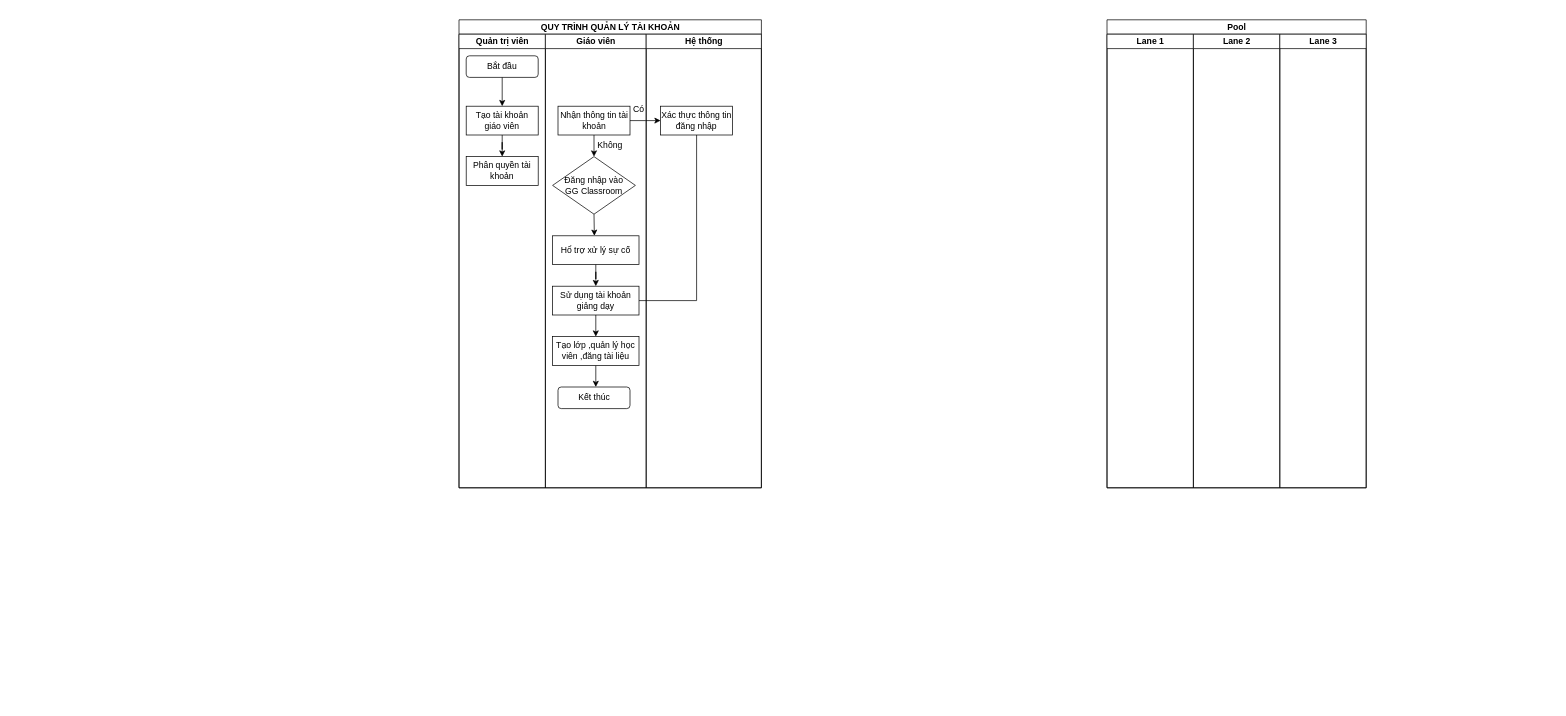
Hau4969/Hau4969 keeps this draw.io diagram as Quản lý tài khoản CFD.drawio. Above is the earlier version. Source tidied: cells renumbered, new cells numbered last; positions are measured from the earlier drawing's top-left corner, leaving out a move shared by most shapes. Both pictures are drawn from the tidied source at 72%, with x=0, y=0 at pixel (459, 19).
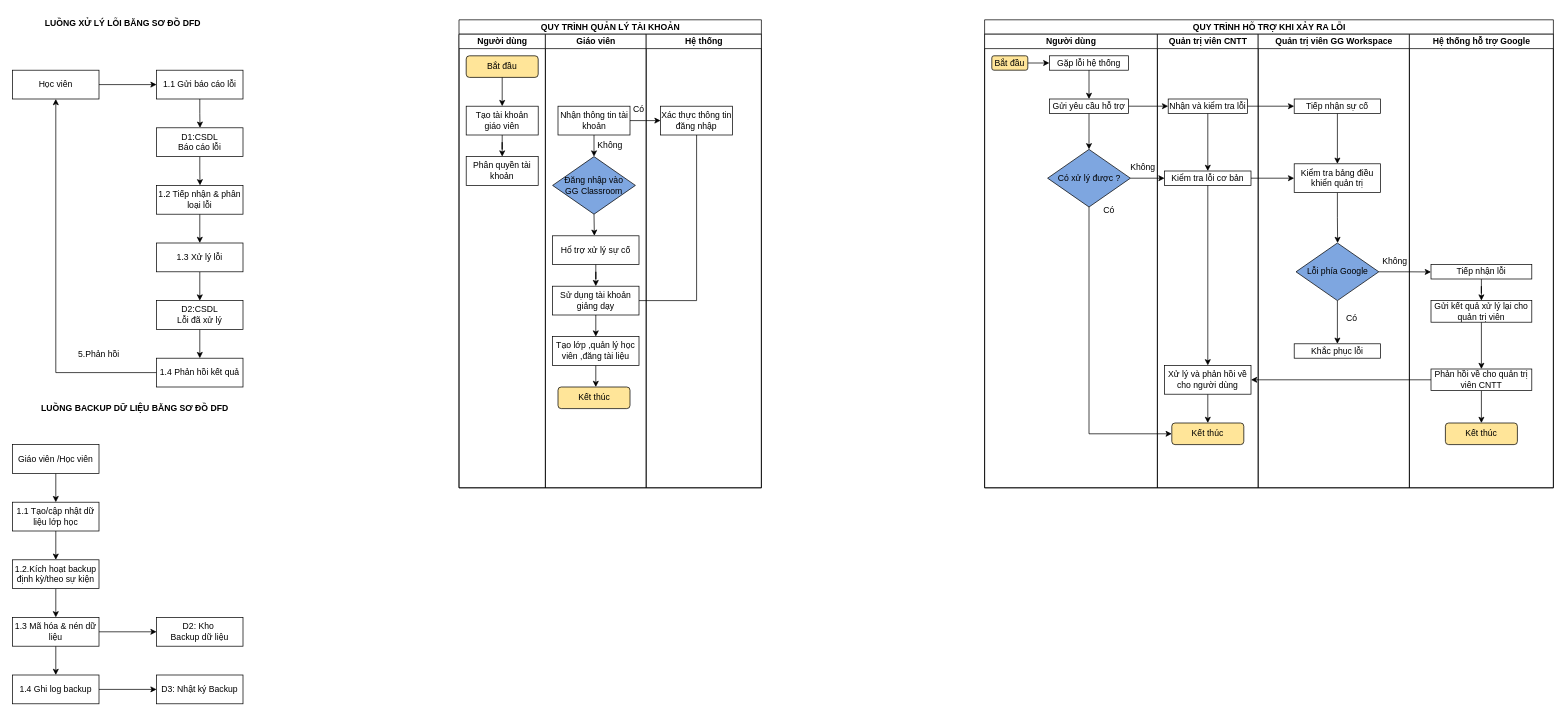
After the change.

Unchanged cells that the change refers to:
```xml
<mxCell id="2" value="QUY TRÌNH QUẢN LÝ TÀI KHOẢN" style="swimlane;startSize=20;html=1;" parent="1" vertex="1">
  <mxGeometry width="420" height="650" as="geometry" />
</mxCell>
<mxCell id="9" value="Giáo viên" style="swimlane;startSize=20;html=1;" parent="2" vertex="1">
  <mxGeometry x="120" y="20" width="140" height="630" as="geometry" />
</mxCell>
```

Diff of the diagram source:
```diff
@@
-    <mxCell id="3" value="Quản trị viên" style="swimlane;startSize=20;html=1;" parent="2" vertex="1">
+    <mxCell id="3" value="Người dùng" style="swimlane;startSize=20;html=1;" parent="2" vertex="1">
       <mxGeometry y="20" width="120" height="630" as="geometry" />
     </mxCell>
-    <mxCell id="4" value="Bắt đầu" style="rounded=1;whiteSpace=wrap;html=1;" parent="3" vertex="1">
+    <mxCell id="4" value="Bắt đầu" style="rounded=1;whiteSpace=wrap;html=1;fillColor=#FFE599;" parent="3" vertex="1">
       <mxGeometry x="10" y="30" width="100" height="30" as="geometry" />
     </mxCell>
@@
-    <mxCell id="14" value="Đăng nhập vào&lt;br&gt;GG Classroom" style="rhombus;whiteSpace=wrap;html=1;" parent="9" vertex="1">
+    <mxCell id="14" value="Đăng nhập vào&lt;br&gt;GG Classroom" style="rhombus;whiteSpace=wrap;html=1;fillColor=#7EA6E0;" parent="9" vertex="1">
       <mxGeometry x="10" y="170" width="115" height="80" as="geometry" />
     </mxCell>
@@
-    <mxCell id="23" value="Kết thúc" style="rounded=1;whiteSpace=wrap;html=1;" parent="9" vertex="1">
+    <mxCell id="23" value="Kết thúc" style="rounded=1;whiteSpace=wrap;html=1;fillColor=#FFE599;" parent="9" vertex="1">
       <mxGeometry x="17.5" y="490" width="100" height="30" as="geometry" />
     </mxCell>
@@
-    <mxCell id="27" value="Pool" style="swimlane;startSize=20;html=1;" parent="1" vertex="1">
-      <mxGeometry x="900" width="360" height="650" as="geometry" />
-    </mxCell>
-    <mxCell id="28" value="Lane 1" style="swimlane;startSize=20;html=1;" parent="27" vertex="1">
-      <mxGeometry y="20" width="120" height="630" as="geometry" />
-    </mxCell>
-    <mxCell id="29" value="Lane 2" style="swimlane;startSize=20;html=1;" parent="27" vertex="1">
-      <mxGeometry x="120" y="20" width="120" height="630" as="geometry" />
-    </mxCell>
-    <mxCell id="30" value="Lane 3" style="swimlane;startSize=20;html=1;" parent="27" vertex="1">
-      <mxGeometry x="240" y="20" width="120" height="630" as="geometry" />
-    </mxCell>
+    <mxCell id="31" value="QUY TRÌNH HỖ TRỢ KHI XẢY RA LỖI" style="swimlane;startSize=20;html=1;" parent="1" vertex="1">
+      <mxGeometry x="730" width="790" height="650" as="geometry" />
+    </mxCell>
+    <mxCell id="32" value="Người dùng" style="swimlane;startSize=20;html=1;" parent="31" vertex="1">
+      <mxGeometry y="20" width="240" height="630" as="geometry" />
+    </mxCell>
+    <mxCell id="33" style="edgeStyle=orthogonalEdgeStyle;rounded=0;jettySize=auto;html=1;exitX=1;exitY=0.5;exitDx=0;exitDy=0;" parent="32" edge="1" source="34">
+      <mxGeometry relative="1" as="geometry">
+        <mxPoint x="90" y="40" as="targetPoint" />
+      </mxGeometry>
+    </mxCell>
+    <mxCell id="34" value="Bắt đầu" style="rounded=1;whiteSpace=wrap;html=1;fillColor=#FFE599;" parent="32" vertex="1">
+      <mxGeometry x="10" y="30" width="50" height="20" as="geometry" />
+    </mxCell>
+    <mxCell id="35" value="Gặp lỗi hệ thống" style="rounded=0;whiteSpace=wrap;html=1;" parent="32" vertex="1">
+      <mxGeometry x="90" y="30" width="110" height="20" as="geometry" />
+    </mxCell>
+    <mxCell id="36" style="edgeStyle=orthogonalEdgeStyle;rounded=0;jettySize=auto;html=1;exitX=0.5;exitY=1;exitDx=0;exitDy=0;entryX=0.5;entryY=0;entryDx=0;entryDy=0;" parent="32" edge="1" source="37" target="39">
+      <mxGeometry relative="1" as="geometry" />
+    </mxCell>
+    <mxCell id="37" value="Gửi yêu cầu hỗ trợ" style="rounded=0;whiteSpace=wrap;html=1;" parent="32" vertex="1">
+      <mxGeometry x="90" y="90" width="110" height="20" as="geometry" />
+    </mxCell>
+    <mxCell id="38" style="edgeStyle=orthogonalEdgeStyle;rounded=0;jettySize=auto;html=1;exitX=0.5;exitY=1;exitDx=0;exitDy=0;" parent="32" edge="1" source="35" target="37">
+      <mxGeometry relative="1" as="geometry" />
+    </mxCell>
+    <mxCell id="39" value="Có xử lý được ?" style="rhombus;whiteSpace=wrap;html=1;fillColor=#7EA6E0;" parent="32" vertex="1">
+      <mxGeometry x="87.5" y="160" width="115" height="80" as="geometry" />
+    </mxCell>
+    <mxCell id="40" value="Không" style="text;html=1;align=center;verticalAlign=middle;whiteSpace=wrap;rounded=0;" parent="32" vertex="1">
+      <mxGeometry x="190" y="170" width="60" height="30" as="geometry" />
+    </mxCell>
+    <mxCell id="41" value="Có" style="text;html=1;align=center;verticalAlign=middle;whiteSpace=wrap;rounded=0;" parent="32" vertex="1">
+      <mxGeometry x="142.5" y="230" width="60" height="30" as="geometry" />
+    </mxCell>
+    <mxCell id="42" value="Quản trị viên CNTT" style="swimlane;startSize=20;html=1;" parent="31" vertex="1">
+      <mxGeometry x="240" y="20" width="140" height="630" as="geometry" />
+    </mxCell>
+    <mxCell id="43" style="edgeStyle=orthogonalEdgeStyle;rounded=0;jettySize=auto;html=1;exitX=0.5;exitY=1;exitDx=0;exitDy=0;" parent="42" edge="1" source="44" target="45">
+      <mxGeometry relative="1" as="geometry" />
+    </mxCell>
+    <mxCell id="44" value="Nhận và kiểm tra lỗi" style="rounded=0;whiteSpace=wrap;html=1;" parent="42" vertex="1">
+      <mxGeometry x="15" y="90" width="110" height="20" as="geometry" />
+    </mxCell>
+    <mxCell id="45" value="Kiểm tra lỗi cơ bản" style="rounded=0;whiteSpace=wrap;html=1;" parent="42" vertex="1">
+      <mxGeometry x="10" y="190" width="120" height="20" as="geometry" />
+    </mxCell>
+    <mxCell id="46" style="edgeStyle=orthogonalEdgeStyle;rounded=0;jettySize=auto;html=1;exitX=0.5;exitY=1;exitDx=0;exitDy=0;" parent="42" edge="1" source="47" target="49">
+      <mxGeometry relative="1" as="geometry" />
+    </mxCell>
+    <mxCell id="47" value="Xử lý và phản hồi về cho người dùng" style="rounded=0;whiteSpace=wrap;html=1;" parent="42" vertex="1">
+      <mxGeometry x="10" y="460" width="120" height="40" as="geometry" />
+    </mxCell>
+    <mxCell id="48" style="edgeStyle=orthogonalEdgeStyle;rounded=0;jettySize=auto;html=1;exitX=0.5;exitY=1;exitDx=0;exitDy=0;" parent="42" edge="1" source="45" target="47">
+      <mxGeometry relative="1" as="geometry" />
+    </mxCell>
+    <mxCell id="49" value="Kết thúc" style="rounded=1;whiteSpace=wrap;html=1;fillColor=#FFE599;" parent="42" vertex="1">
+      <mxGeometry x="20" y="540" width="100" height="30" as="geometry" />
+    </mxCell>
+    <mxCell id="50" value="Quản trị viên GG Workspace" style="swimlane;startSize=20;html=1;" parent="31" vertex="1">
+      <mxGeometry x="380" y="20" width="210" height="630" as="geometry" />
+    </mxCell>
+    <mxCell id="51" style="edgeStyle=orthogonalEdgeStyle;rounded=0;jettySize=auto;html=1;exitX=0.5;exitY=1;exitDx=0;exitDy=0;" parent="50" edge="1" source="52" target="54">
+      <mxGeometry relative="1" as="geometry" />
+    </mxCell>
+    <mxCell id="52" value="Tiếp nhận sự cố" style="rounded=0;whiteSpace=wrap;html=1;" parent="50" vertex="1">
+      <mxGeometry x="50" y="90" width="120" height="20" as="geometry" />
+    </mxCell>
+    <mxCell id="53" style="edgeStyle=orthogonalEdgeStyle;rounded=0;jettySize=auto;html=1;exitX=0.5;exitY=1;exitDx=0;exitDy=0;" parent="50" edge="1" source="54">
+      <mxGeometry relative="1" as="geometry">
+        <mxPoint x="110.3" y="290" as="targetPoint" />
+      </mxGeometry>
+    </mxCell>
+    <mxCell id="54" value="Kiểm tra bảng điều khiển quản trị" style="rounded=0;whiteSpace=wrap;html=1;" parent="50" vertex="1">
+      <mxGeometry x="50" y="180" width="120" height="40" as="geometry" />
+    </mxCell>
+    <mxCell id="55" style="edgeStyle=orthogonalEdgeStyle;rounded=0;jettySize=auto;html=1;exitX=0.5;exitY=1;exitDx=0;exitDy=0;" parent="50" edge="1" source="57" target="58">
+      <mxGeometry relative="1" as="geometry" />
+    </mxCell>
+    <mxCell id="56" style="edgeStyle=orthogonalEdgeStyle;rounded=0;jettySize=auto;html=1;exitX=1;exitY=0.5;exitDx=0;exitDy=0;" parent="50" edge="1" source="57">
+      <mxGeometry relative="1" as="geometry">
+        <mxPoint x="240" y="330.2" as="targetPoint" />
+      </mxGeometry>
+    </mxCell>
+    <mxCell id="57" value="Lỗi phía Google" style="rhombus;whiteSpace=wrap;html=1;fillColor=#7EA6E0;" parent="50" vertex="1">
+      <mxGeometry x="52.5" y="290" width="115" height="80" as="geometry" />
+    </mxCell>
+    <mxCell id="58" value="Khắc phục lỗi" style="rounded=0;whiteSpace=wrap;html=1;" parent="50" vertex="1">
+      <mxGeometry x="50" y="430" width="120" height="20" as="geometry" />
+    </mxCell>
+    <mxCell id="59" value="Không" style="text;html=1;align=center;verticalAlign=middle;whiteSpace=wrap;rounded=0;" parent="50" vertex="1">
+      <mxGeometry x="160" y="300" width="60" height="30" as="geometry" />
+    </mxCell>
+    <mxCell id="60" value="Có" style="text;html=1;align=center;verticalAlign=middle;whiteSpace=wrap;rounded=0;" parent="50" vertex="1">
+      <mxGeometry x="100" y="380" width="60" height="30" as="geometry" />
+    </mxCell>
+    <mxCell id="61" value="Hệ thống hỗ trợ Google" style="swimlane;startSize=20;html=1;" parent="31" vertex="1">
+      <mxGeometry x="590" y="20" width="200" height="630" as="geometry" />
+    </mxCell>
+    <mxCell id="62" style="edgeStyle=orthogonalEdgeStyle;rounded=0;jettySize=auto;html=1;exitX=0.5;exitY=1;exitDx=0;exitDy=0;" parent="61" edge="1" source="63" target="66">
+      <mxGeometry relative="1" as="geometry" />
+    </mxCell>
+    <mxCell id="63" value="Tiếp nhận lỗi" style="rounded=0;whiteSpace=wrap;html=1;" parent="61" vertex="1">
+      <mxGeometry x="30" y="320" width="140" height="20" as="geometry" />
+    </mxCell>
+    <mxCell id="64" style="edgeStyle=orthogonalEdgeStyle;rounded=0;jettySize=auto;html=1;exitX=0.5;exitY=1;exitDx=0;exitDy=0;" parent="61" edge="1" source="66">
+      <mxGeometry relative="1" as="geometry">
+        <mxPoint x="100" y="400.1" as="targetPoint" />
+      </mxGeometry>
+    </mxCell>
+    <mxCell id="65" style="edgeStyle=orthogonalEdgeStyle;rounded=0;jettySize=auto;html=1;exitX=0.5;exitY=1;exitDx=0;exitDy=0;entryX=0.5;entryY=0;entryDx=0;entryDy=0;" parent="61" edge="1" source="66" target="68">
+      <mxGeometry relative="1" as="geometry" />
+    </mxCell>
+    <mxCell id="66" value="Gửi kết quả xử lý lại cho quản trị viên" style="rounded=0;whiteSpace=wrap;html=1;" parent="61" vertex="1">
+      <mxGeometry x="30" y="370" width="140" height="30" as="geometry" />
+    </mxCell>
+    <mxCell id="67" style="edgeStyle=orthogonalEdgeStyle;rounded=0;jettySize=auto;html=1;exitX=0.5;exitY=1;exitDx=0;exitDy=0;entryX=0.5;entryY=0;entryDx=0;entryDy=0;" parent="61" edge="1" source="68" target="69">
+      <mxGeometry relative="1" as="geometry" />
+    </mxCell>
+    <mxCell id="68" value="Phản hồi về cho quản trị viên CNTT" style="rounded=0;whiteSpace=wrap;html=1;" parent="61" vertex="1">
+      <mxGeometry x="30" y="465" width="140" height="30" as="geometry" />
+    </mxCell>
+    <mxCell id="69" value="Kết thúc" style="rounded=1;whiteSpace=wrap;html=1;fillColor=#FFE599;" parent="61" vertex="1">
+      <mxGeometry x="50" y="540" width="100" height="30" as="geometry" />
+    </mxCell>
+    <mxCell id="70" style="edgeStyle=orthogonalEdgeStyle;rounded=0;jettySize=auto;html=1;exitX=1;exitY=0.5;exitDx=0;exitDy=0;entryX=0;entryY=0.5;entryDx=0;entryDy=0;" parent="31" edge="1" source="39" target="45">
+      <mxGeometry relative="1" as="geometry" />
+    </mxCell>
+    <mxCell id="71" style="edgeStyle=orthogonalEdgeStyle;rounded=0;jettySize=auto;html=1;exitX=1;exitY=0.5;exitDx=0;exitDy=0;" parent="31" edge="1" source="37" target="44">
+      <mxGeometry relative="1" as="geometry" />
+    </mxCell>
+    <mxCell id="72" style="edgeStyle=orthogonalEdgeStyle;rounded=0;jettySize=auto;html=1;exitX=1;exitY=0.5;exitDx=0;exitDy=0;entryX=0;entryY=0.5;entryDx=0;entryDy=0;" parent="31" edge="1" source="44" target="52">
+      <mxGeometry relative="1" as="geometry" />
+    </mxCell>
+    <mxCell id="73" style="edgeStyle=orthogonalEdgeStyle;rounded=0;jettySize=auto;html=1;exitX=1;exitY=0.5;exitDx=0;exitDy=0;entryX=0;entryY=0.5;entryDx=0;entryDy=0;" parent="31" edge="1" source="45" target="54">
+      <mxGeometry relative="1" as="geometry" />
+    </mxCell>
+    <mxCell id="74" style="edgeStyle=orthogonalEdgeStyle;rounded=0;jettySize=auto;html=1;exitX=0;exitY=0.5;exitDx=0;exitDy=0;entryX=1;entryY=0.5;entryDx=0;entryDy=0;" parent="31" edge="1" source="68" target="47">
+      <mxGeometry relative="1" as="geometry" />
+    </mxCell>
+    <mxCell id="75" style="edgeStyle=orthogonalEdgeStyle;rounded=0;jettySize=auto;html=1;exitX=0.5;exitY=1;exitDx=0;exitDy=0;entryX=0;entryY=0.5;entryDx=0;entryDy=0;" parent="31" edge="1" source="39" target="49">
+      <mxGeometry relative="1" as="geometry" />
+    </mxCell>
+    <mxCell id="76" style="edgeStyle=orthogonalEdgeStyle;rounded=0;jettySize=auto;html=1;exitX=1;exitY=0.5;exitDx=0;exitDy=0;" parent="1" edge="1" source="77" target="79">
+      <mxGeometry relative="1" as="geometry" />
+    </mxCell>
+    <mxCell id="77" value="Học viên" style="rounded=0;whiteSpace=wrap;html=1;" parent="1" vertex="1">
+      <mxGeometry x="-620" y="70" width="120" height="40" as="geometry" />
+    </mxCell>
+    <mxCell id="78" style="edgeStyle=orthogonalEdgeStyle;rounded=0;jettySize=auto;html=1;exitX=0.5;exitY=1;exitDx=0;exitDy=0;" parent="1" edge="1" source="79">
+      <mxGeometry relative="1" as="geometry">
+        <mxPoint x="-359.7" y="150" as="targetPoint" />
+      </mxGeometry>
+    </mxCell>
+    <mxCell id="79" value="1.1 Gửi báo cáo lỗi" style="rounded=0;whiteSpace=wrap;html=1;" parent="1" vertex="1">
+      <mxGeometry x="-420" y="70" width="120" height="40" as="geometry" />
+    </mxCell>
+    <mxCell id="80" style="edgeStyle=orthogonalEdgeStyle;rounded=0;jettySize=auto;html=1;exitX=0.5;exitY=1;exitDx=0;exitDy=0;" parent="1" edge="1" source="81">
+      <mxGeometry relative="1" as="geometry">
+        <mxPoint x="-359.7" y="230" as="targetPoint" />
+      </mxGeometry>
+    </mxCell>
+    <mxCell id="81" value="D1:CSDL&lt;br&gt;Báo cáo lỗi" style="rounded=0;whiteSpace=wrap;html=1;" parent="1" vertex="1">
+      <mxGeometry x="-420" y="150" width="120" height="40" as="geometry" />
+    </mxCell>
+    <mxCell id="82" style="edgeStyle=orthogonalEdgeStyle;rounded=0;jettySize=auto;html=1;exitX=0.5;exitY=1;exitDx=0;exitDy=0;entryX=0.5;entryY=0;entryDx=0;entryDy=0;" parent="1" edge="1" source="83" target="85">
+      <mxGeometry relative="1" as="geometry" />
+    </mxCell>
+    <mxCell id="83" value="1.2 Tiếp nhận &amp;amp; phân loại lỗi" style="rounded=0;whiteSpace=wrap;html=1;" parent="1" vertex="1">
+      <mxGeometry x="-420" y="230" width="120" height="40" as="geometry" />
+    </mxCell>
+    <mxCell id="84" style="edgeStyle=orthogonalEdgeStyle;rounded=0;jettySize=auto;html=1;exitX=0.5;exitY=1;exitDx=0;exitDy=0;entryX=0.5;entryY=0;entryDx=0;entryDy=0;" parent="1" edge="1" source="85" target="87">
+      <mxGeometry relative="1" as="geometry" />
+    </mxCell>
+    <mxCell id="85" value="1.3 Xử lý lỗi" style="rounded=0;whiteSpace=wrap;html=1;" parent="1" vertex="1">
+      <mxGeometry x="-420" y="310" width="120" height="40" as="geometry" />
+    </mxCell>
+    <mxCell id="86" style="edgeStyle=orthogonalEdgeStyle;rounded=0;jettySize=auto;html=1;exitX=0.5;exitY=1;exitDx=0;exitDy=0;" parent="1" edge="1" source="87" target="89">
+      <mxGeometry relative="1" as="geometry" />
+    </mxCell>
+    <mxCell id="87" value="D2:CSDL&lt;br&gt;Lỗi đã xử lý" style="rounded=0;whiteSpace=wrap;html=1;" parent="1" vertex="1">
+      <mxGeometry x="-420" y="390" width="120" height="40" as="geometry" />
+    </mxCell>
+    <mxCell id="88" style="edgeStyle=orthogonalEdgeStyle;rounded=0;jettySize=auto;html=1;exitX=0;exitY=0.5;exitDx=0;exitDy=0;entryX=0.5;entryY=1;entryDx=0;entryDy=0;" parent="1" edge="1" source="89" target="77">
+      <mxGeometry relative="1" as="geometry" />
+    </mxCell>
+    <mxCell id="89" value="1.4 Phản hồi kết quả" style="rounded=0;whiteSpace=wrap;html=1;" parent="1" vertex="1">
+      <mxGeometry x="-420" y="470" width="120" height="40" as="geometry" />
+    </mxCell>
+    <mxCell id="90" value="5.Phản hồi" style="text;html=1;align=center;verticalAlign=middle;whiteSpace=wrap;rounded=0;" parent="1" vertex="1">
+      <mxGeometry x="-530" y="450" width="60" height="30" as="geometry" />
+    </mxCell>
+    <mxCell id="91" style="edgeStyle=orthogonalEdgeStyle;rounded=0;orthogonalLoop=1;jettySize=auto;html=1;exitX=0.5;exitY=1;exitDx=0;exitDy=0;" parent="1" edge="1" source="90" target="90">
+      <mxGeometry relative="1" as="geometry" />
+    </mxCell>
+    <mxCell id="92" value="LUỒNG XỬ LÝ LỖI BẰNG SƠ ĐỒ DFD&amp;nbsp;" style="text;html=1;align=center;verticalAlign=middle;whiteSpace=wrap;rounded=0;fontStyle=1;" parent="1" vertex="1">
+      <mxGeometry x="-600" y="-10" width="270" height="30" as="geometry" />
+    </mxCell>
+    <mxCell id="93" style="edgeStyle=orthogonalEdgeStyle;rounded=0;jettySize=auto;html=1;exitX=0.5;exitY=1;exitDx=0;exitDy=0;entryX=0.5;entryY=0;entryDx=0;entryDy=0;" parent="1" edge="1" source="94" target="96">
+      <mxGeometry relative="1" as="geometry" />
+    </mxCell>
+    <mxCell id="94" value="Giáo viên /Học viên" style="rounded=0;whiteSpace=wrap;html=1;" parent="1" vertex="1">
+      <mxGeometry x="-620" y="590" width="120" height="40" as="geometry" />
+    </mxCell>
+    <mxCell id="95" style="edgeStyle=orthogonalEdgeStyle;rounded=0;jettySize=auto;html=1;exitX=0.5;exitY=1;exitDx=0;exitDy=0;" parent="1" edge="1" source="96" target="98">
+      <mxGeometry relative="1" as="geometry" />
+    </mxCell>
+    <mxCell id="96" value="1.1 Tạo/cập nhật dữ liệu lớp học" style="rounded=0;whiteSpace=wrap;html=1;" parent="1" vertex="1">
+      <mxGeometry x="-620" y="670" width="120" height="40" as="geometry" />
+    </mxCell>
+    <mxCell id="97" style="edgeStyle=orthogonalEdgeStyle;rounded=0;jettySize=auto;html=1;exitX=0.5;exitY=1;exitDx=0;exitDy=0;" parent="1" edge="1" source="98" target="101">
+      <mxGeometry relative="1" as="geometry" />
+    </mxCell>
+    <mxCell id="98" value="1.2.Kích hoạt backup định kỳ/theo sự kiện" style="rounded=0;whiteSpace=wrap;html=1;" parent="1" vertex="1">
+      <mxGeometry x="-620" y="750" width="120" height="40" as="geometry" />
+    </mxCell>
+    <mxCell id="99" style="edgeStyle=orthogonalEdgeStyle;rounded=0;jettySize=auto;html=1;exitX=0.5;exitY=1;exitDx=0;exitDy=0;entryX=0.5;entryY=0;entryDx=0;entryDy=0;" parent="1" edge="1" source="101" target="103">
+      <mxGeometry relative="1" as="geometry" />
+    </mxCell>
+    <mxCell id="100" style="edgeStyle=orthogonalEdgeStyle;rounded=0;jettySize=auto;html=1;exitX=1;exitY=0.5;exitDx=0;exitDy=0;" parent="1" edge="1" source="101" target="104">
+      <mxGeometry relative="1" as="geometry" />
+    </mxCell>
+    <mxCell id="101" value="1.3 Mã hóa &amp;amp; nén dữ liệu" style="rounded=0;whiteSpace=wrap;html=1;" parent="1" vertex="1">
+      <mxGeometry x="-620" y="830" width="120" height="40" as="geometry" />
+    </mxCell>
+    <mxCell id="102" style="edgeStyle=orthogonalEdgeStyle;rounded=0;jettySize=auto;html=1;exitX=1;exitY=0.5;exitDx=0;exitDy=0;entryX=0;entryY=0.5;entryDx=0;entryDy=0;" parent="1" edge="1" source="103" target="105">
+      <mxGeometry relative="1" as="geometry" />
+    </mxCell>
+    <mxCell id="103" value="1.4 Ghi log backup" style="rounded=0;whiteSpace=wrap;html=1;" parent="1" vertex="1">
+      <mxGeometry x="-620" y="910" width="120" height="40" as="geometry" />
+    </mxCell>
+    <mxCell id="104" value="D2: Kho&amp;nbsp;&lt;br&gt;Backup dữ liệu" style="rounded=0;whiteSpace=wrap;html=1;" parent="1" vertex="1">
+      <mxGeometry x="-420" y="830" width="120" height="40" as="geometry" />
+    </mxCell>
+    <mxCell id="105" value="D3: Nhật ký Backup" style="rounded=0;whiteSpace=wrap;html=1;" parent="1" vertex="1">
+      <mxGeometry x="-420" y="910" width="120" height="40" as="geometry" />
+    </mxCell>
+    <mxCell id="106" value="LUỒNG BACKUP DỮ LIỆU BẰNG SƠ ĐỒ DFD" style="text;html=1;align=center;verticalAlign=middle;whiteSpace=wrap;rounded=0;fontStyle=1;" parent="1" vertex="1">
+      <mxGeometry x="-590" y="520" width="280" height="40" as="geometry" />
+    </mxCell>
```
